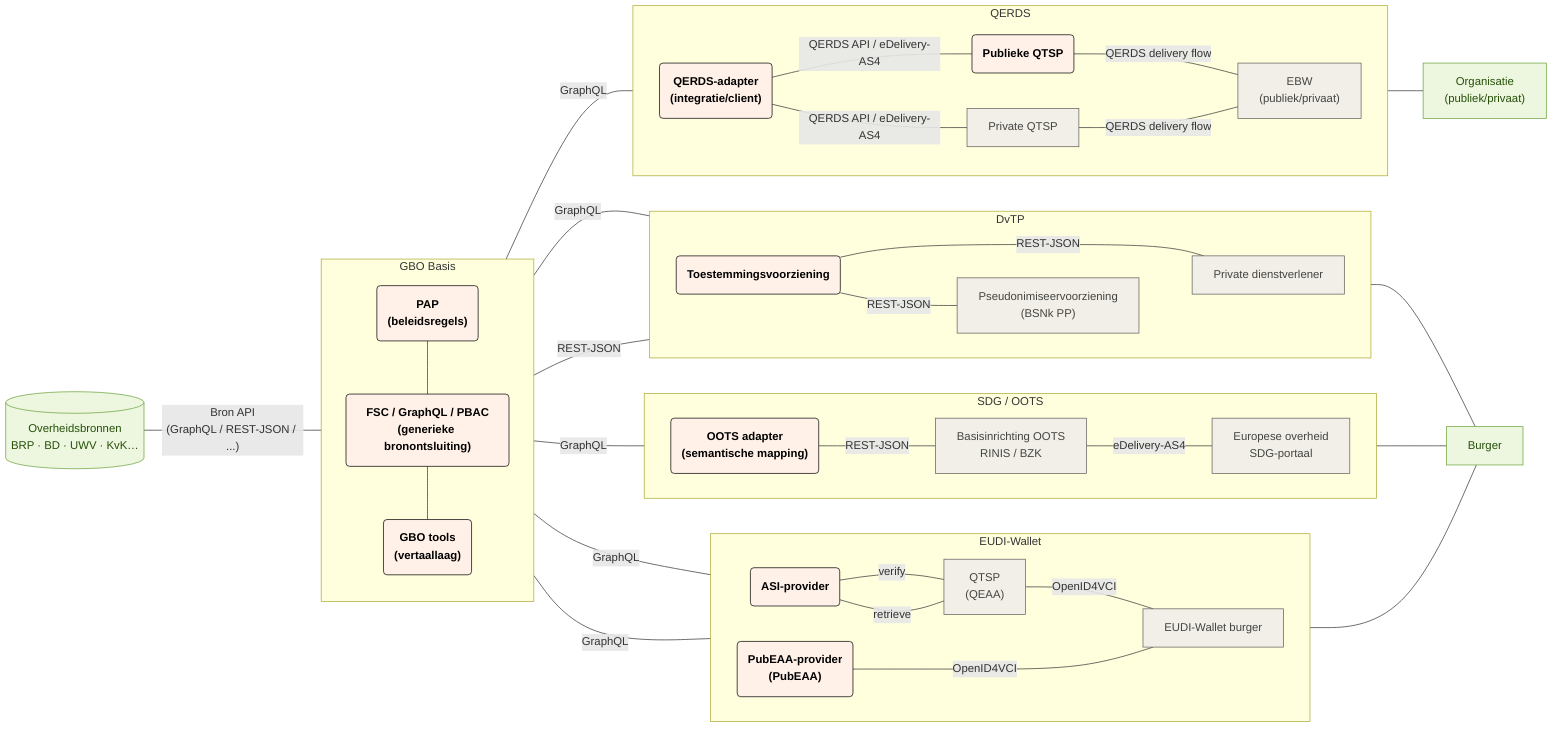
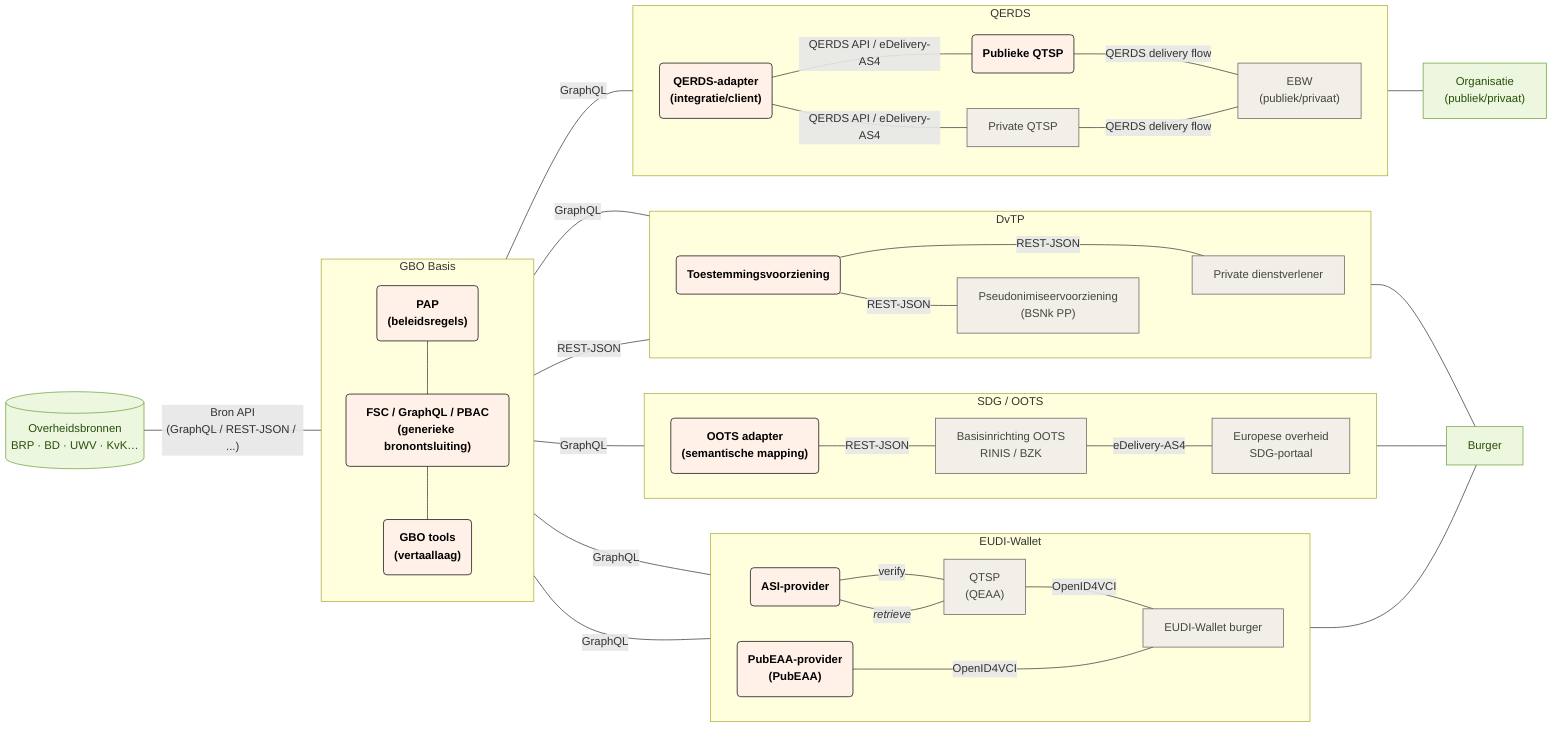
flowchart LR
  subgraph gbo["GBO Basis"]
    direction TB
        fsc_pap("`**PAP<br>(beleidsregels)**`")
        fsc("`**FSC / GraphQL / PBAC<br>(generieke bronontsluiting)**`")
        fsc_tools("`**GBO tools<br>(vertaallaag)**`")
  end
  subgraph eudi["EUDI-Wallet"]
    direction LR
        eudi_asi("`**ASI-provider**`")
        eudi_pubeaa("`**PubEAA-provider<br>(PubEAA)**`")
        eudi_qeaa["QTSP<br>(QEAA)"]
        eudi_wallet["EUDI-Wallet burger"]
  end
  subgraph oots["SDG / OOTS"]
    direction LR
        oots_adapter("`**OOTS adapter<br>(semantische mapping)**`")
        oots_basis["Basisinrichting OOTS<br>RINIS / BZK"]
        oots_afnemer["Europese overheid<br>SDG-portaal"]
  end
  subgraph dvtp["DvTP"]
    direction LR
        dvtp_toestemming("`**Toestemmingsvoorziening**`")
        dvtp_pseudoniem["Pseudonimiseervoorziening<br>(BSNk PP)"]
        dvtp_afnemer["Private dienstverlener"]
  end
  subgraph ebw["QERDS"]
     direction LR
        ebw_qerds_adapter("`**QERDS-adapter<br>(integratie/client)**`")
        ebw_pub_qtsp("`**Publieke QTSP**`")
        ebw_qtsp["Private QTSP"]
        ebw_wallet["EBW<br>(publiek/privaat)"]
  end

  fsc_pap --- fsc
  fsc --- fsc_tools
  bron[("Overheidsbronnen<br>BRP · BD · UWV · KvK…")] -- Bron API<br>(GraphQL / REST-JSON / ...) --- gbo
  eudi_asi -- verify --- eudi_qeaa
-   eudi_asi -- retrieve --- eudi_qeaa
+   eudi_asi -- "`*retrieve*`" --- eudi_qeaa
  eudi_qeaa -- OpenID4VCI --- eudi_wallet
  gbo -- GraphQL --- eudi_asi & eudi_pubeaa & oots_adapter & dvtp_afnemer & ebw_qerds_adapter
  eudi_pubeaa -- OpenID4VCI ---- eudi_wallet
  oots_adapter -- REST-JSON --- oots_basis
  oots_basis -- eDelivery-AS4 --- oots_afnemer
  gbo -- REST-JSON --- dvtp_toestemming
  dvtp_toestemming -- REST-JSON --- dvtp_afnemer
  dvtp_toestemming -- REST-JSON --- dvtp_pseudoniem
  dvtp_pseudoniem ~~~ dvtp_afnemer
  ebw_qerds_adapter -- QERDS API / eDelivery-AS4 --- ebw_pub_qtsp -- QERDS delivery flow --- ebw_wallet
  ebw_qerds_adapter -- QERDS API / eDelivery-AS4 --- ebw_qtsp -- QERDS delivery flow --- ebw_wallet
  ebw_wallet --- organisatie["Organisatie<br>(publiek/privaat)"]
  eudi_wallet --- burger["Burger"]
  oots_afnemer --- burger
  dvtp_afnemer --- burger

  fsc_pap:::gbo
  fsc:::gbo
  fsc_tools:::gbo
  ebw_qerds_adapter:::gbo
  ebw_pub_qtsp:::gbo
  ebw_qtsp:::eudi
  ebw_wallet:::eudi
  eudi_asi:::gbo
  eudi_pubeaa:::gbo
  eudi_qeaa:::eudi
  eudi_wallet:::eudi
  oots_adapter:::gbo
  oots_basis:::oots
  oots_afnemer:::oots
  dvtp_toestemming:::gbo
  dvtp_pseudoniem:::dvtp
  dvtp_afnemer:::dvtp
  bron:::bron
  burger:::burger
  organisatie:::burger

  classDef bron fill:#edf7df,stroke:#6aa13a,color:#27500a
  classDef generiek fill:#f1efe8,stroke:#5f5e5a,color:#444441
  classDef eudi fill:#f1efe8,stroke:#5f5e5a,color:#444441
  classDef oots fill:#f1efe8,stroke:#5f5e5a,color:#444441
  classDef dvtp fill:#f1efe8,stroke:#5f5e5a,color:#444441
  classDef gbo fill:#fff0e8,stroke:#000000,color:#000000
  classDef burger fill:#edf7df,stroke:#6aa13a,color:#27500a
